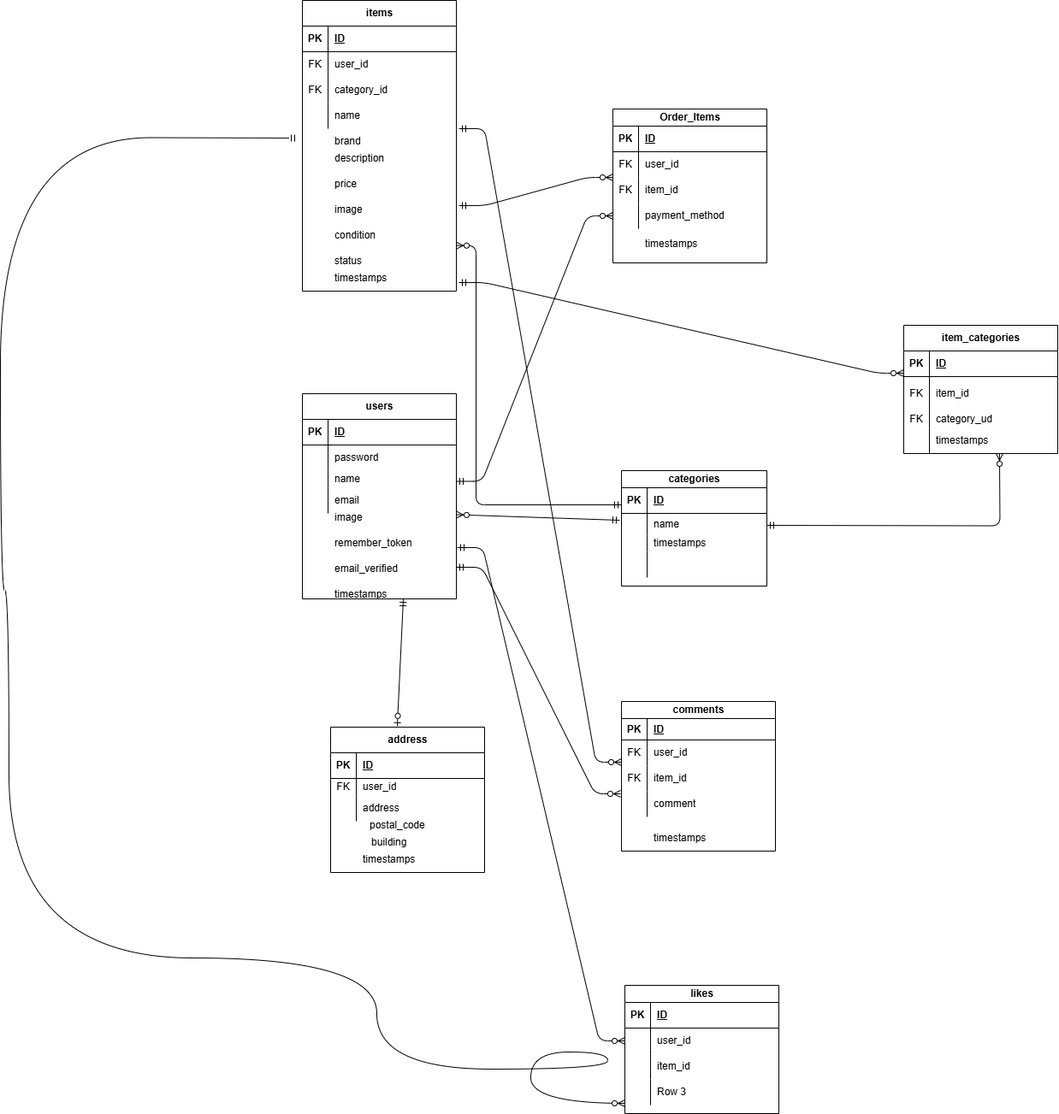
This is .drawio.png from Kotaro-905/ec-site, a draw.io export, as it was before one commit. Source tidied: cells renumbered, new cells last; positions are measured from the earlier drawing's top-left corner, leaving out a move shared by most shapes.
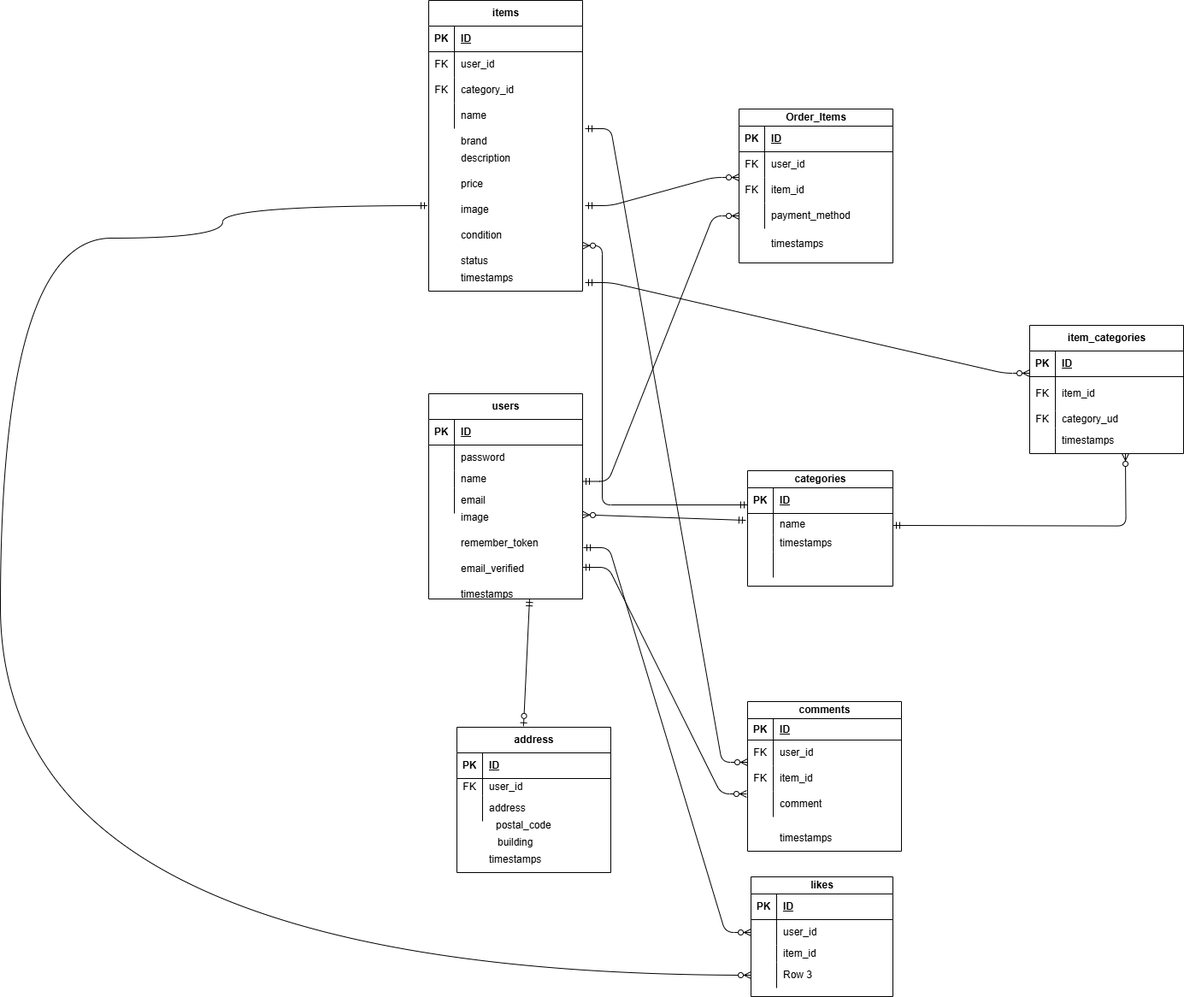
The same file after the commit.

What changed in the source:
```diff
@@ -350,64 +350,55 @@
     <mxCell id="110" value="timestamps" style="shape=partialRectangle;fillColor=none;top=0;left=0;bottom=0;right=0;align=left;spacingLeft=6;overflow=hidden;whiteSpace=wrap;html=1;" parent="1" vertex="1">
       <mxGeometry x="756" y="965" width="140" height="30" as="geometry" />
     </mxCell>
-    <mxCell id="111" style="fontSize=12;html=1;endArrow=ERzeroToMany;startArrow=ERmandOne;edgeStyle=orthogonalEdgeStyle;curved=1;" parent="1" edge="1">
+    <mxCell id="111" style="fontSize=12;html=1;endArrow=ERzeroToMany;startArrow=ERmandOne;edgeStyle=orthogonalEdgeStyle;curved=1;" parent="1" edge="1" target="122">
       <mxGeometry relative="1" as="geometry">
-        <mxPoint x="336" y="161" as="sourcePoint" />
-        <mxPoint x="730" y="1290" as="targetPoint" />
+        <mxPoint x="352" y="240" as="sourcePoint" />
         <Array as="points">
-          <mxPoint x="353" y="161" />
-          <mxPoint x="353" y="160" />
-          <mxPoint y="160" />
-          <mxPoint y="690" />
-          <mxPoint x="10" y="690" />
-          <mxPoint x="10" y="1120" />
-          <mxPoint x="440" y="1120" />
-          <mxPoint x="440" y="1250" />
-          <mxPoint x="710" y="1250" />
-          <mxPoint x="710" y="1230" />
-          <mxPoint x="620" y="1230" />
-          <mxPoint x="620" y="1290" />
+          <mxPoint x="112" y="240" />
+          <mxPoint x="112" y="278" />
+          <mxPoint x="-148" y="278" />
+          <mxPoint x="-148" y="1140" />
         </Array>
       </mxGeometry>
     </mxCell>
     <mxCell id="112" value="likes" style="shape=table;startSize=20;rowLines=0;fontStyle=1;align=center;html=1;" parent="1" vertex="1">
-      <mxGeometry x="730" y="1152" width="180" height="150" as="geometry" />
+      <mxGeometry x="730" y="1025" width="166" height="140" as="geometry" />
     </mxCell>
     <mxCell id="113" style="shape=tableRow;horizontal=0;startSize=0;swimlaneHead=0;swimlaneBody=0;fillColor=none;top=0;left=0;right=0;bottom=1;" parent="112" vertex="1">
-      <mxGeometry y="20" width="180" height="30" as="geometry" />
+      <mxGeometry y="20" width="166" height="30" as="geometry" />
     </mxCell>
     <mxCell id="114" value="PK" style="shape=partialRectangle;fillColor=none;top=0;left=0;bottom=0;right=0;fontStyle=1;overflow=hidden;whiteSpace=wrap;html=1;" parent="113" vertex="1">
       <mxGeometry width="30" height="30" as="geometry" />
     </mxCell>
     <mxCell id="115" value="ID" style="shape=partialRectangle;fillColor=none;top=0;left=0;bottom=0;right=0;align=left;spacingLeft=6;fontStyle=5;overflow=hidden;whiteSpace=wrap;html=1;" parent="113" vertex="1">
-      <mxGeometry x="30" width="150" height="30" as="geometry" />
+      <mxGeometry x="30" width="136" height="30" as="geometry" />
     </mxCell>
     <mxCell id="116" style="shape=tableRow;horizontal=0;startSize=0;swimlaneHead=0;swimlaneBody=0;fillColor=none;points=[[0,0.5],[1,0.5]];portConstraint=eastwest;top=0;left=0;right=0;bottom=0;" parent="112" vertex="1">
-      <mxGeometry y="50" width="180" height="30" as="geometry" />
+      <mxGeometry y="50" width="166" height="30" as="geometry" />
     </mxCell>
     <mxCell id="117" style="shape=partialRectangle;fillColor=none;top=0;left=0;bottom=0;right=0;overflow=hidden;whiteSpace=wrap;html=1;" parent="116" vertex="1">
       <mxGeometry width="30" height="30" as="geometry" />
     </mxCell>
     <mxCell id="118" value="user_id" style="shape=partialRectangle;fillColor=none;top=0;left=0;bottom=0;right=0;align=left;spacingLeft=6;overflow=hidden;whiteSpace=wrap;html=1;" parent="116" vertex="1">
-      <mxGeometry x="30" width="150" height="30" as="geometry" />
+      <mxGeometry x="30" width="136" height="30" as="geometry" />
     </mxCell>
     <mxCell id="119" style="shape=tableRow;horizontal=0;startSize=0;swimlaneHead=0;swimlaneBody=0;fillColor=none;top=0;left=0;right=0;bottom=0;" parent="112" vertex="1">
-      <mxGeometry y="80" width="180" height="30" as="geometry" />
+      <mxGeometry y="80" width="166" height="20" as="geometry" />
     </mxCell>
     <mxCell id="120" style="shape=partialRectangle;fillColor=none;top=0;left=0;bottom=0;right=0;overflow=hidden;whiteSpace=wrap;html=1;" parent="119" vertex="1">
-      <mxGeometry width="30" height="30" as="geometry" />
+      <mxGeometry width="30" height="20" as="geometry" />
     </mxCell>
     <mxCell id="121" value="item_id" style="shape=partialRectangle;fillColor=none;top=0;left=0;bottom=0;right=0;align=left;spacingLeft=6;overflow=hidden;whiteSpace=wrap;html=1;" parent="119" vertex="1">
-      <mxGeometry x="30" width="150" height="30" as="geometry" />
+      <mxGeometry x="30" width="136" height="20" as="geometry" />
     </mxCell>
     <mxCell id="122" style="shape=tableRow;horizontal=0;startSize=0;swimlaneHead=0;swimlaneBody=0;fillColor=none;points=[[0,0.5],[1,0.5]];portConstraint=eastwest;top=0;left=0;right=0;bottom=0;" parent="112" vertex="1">
-      <mxGeometry y="110" width="180" height="30" as="geometry" />
+      <mxGeometry y="100" width="166" height="30" as="geometry" />
     </mxCell>
     <mxCell id="123" style="shape=partialRectangle;fillColor=none;top=0;left=0;bottom=0;right=0;overflow=hidden;whiteSpace=wrap;html=1;" parent="122" vertex="1">
       <mxGeometry width="30" height="30" as="geometry" />
     </mxCell>
     <mxCell id="124" value="Row 3" style="shape=partialRectangle;fillColor=none;top=0;left=0;bottom=0;right=0;align=left;spacingLeft=6;overflow=hidden;whiteSpace=wrap;html=1;" parent="122" vertex="1">
-      <mxGeometry x="30" width="150" height="30" as="geometry" />
+      <mxGeometry x="30" width="136" height="30" as="geometry" />
     </mxCell>
     <mxCell id="125" style="edgeStyle=orthogonalEdgeStyle;fontSize=12;html=1;endArrow=ERzeroToMany;startArrow=ERmandOne;entryX=0.622;entryY=0.967;entryDx=0;entryDy=0;entryPerimeter=0;" parent="1" edge="1">
       <mxGeometry relative="1" as="geometry">
```
